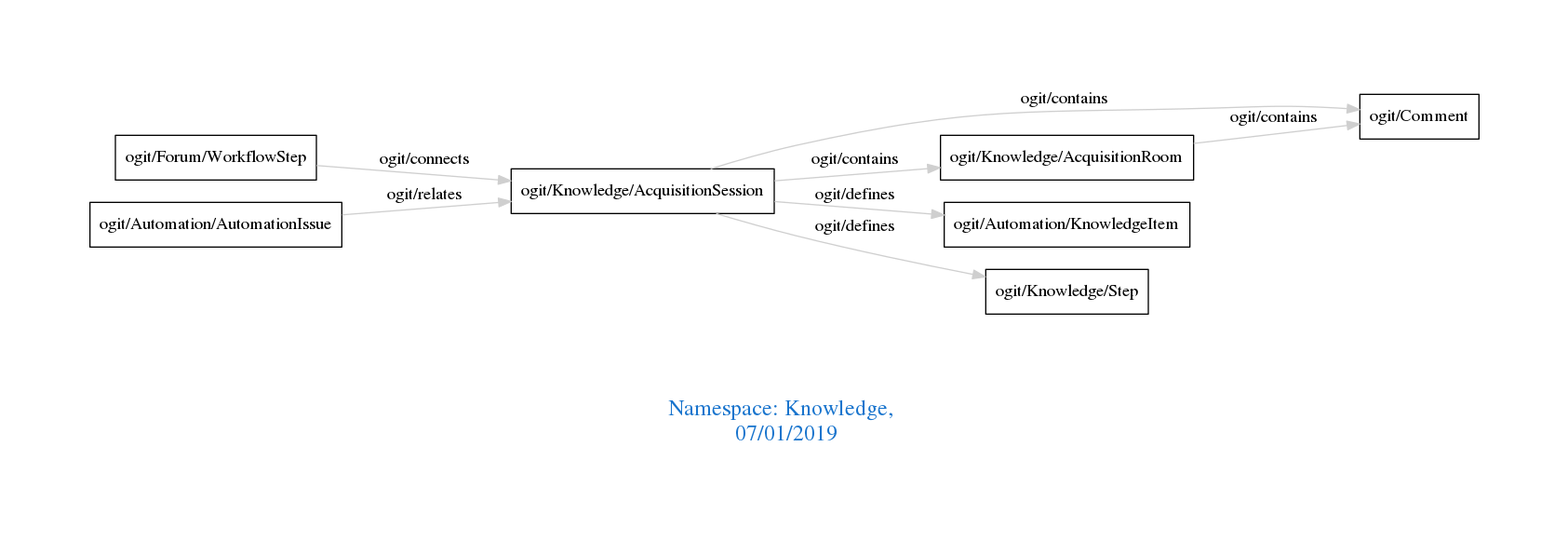
arago/OGIT keeps this Graphviz diagram as downloads/Knowledge.png. Above is the earlier version. Its source is kept beside it as downloads/Knowledge.dot.
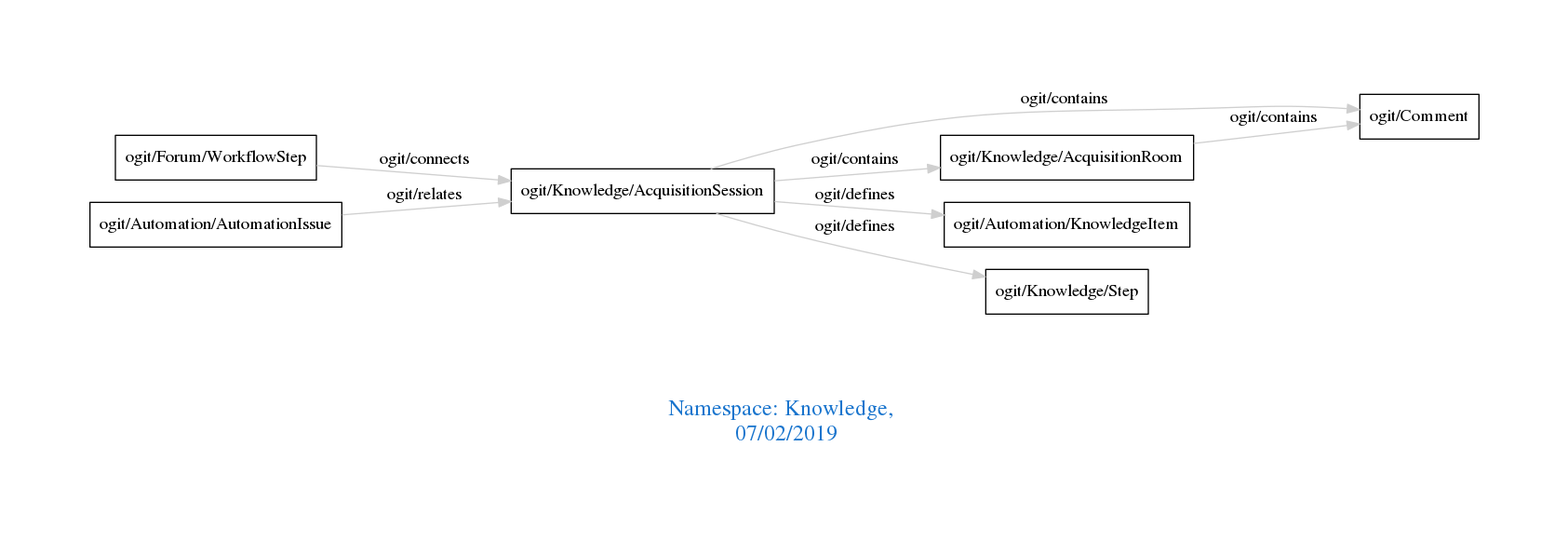
After the commit.

Change to the diagram source:
```diff
@@ -1,7 +1,7 @@
 digraph OGIT_ontology {
  graph [ rankdir= LR,pad=1
 fontsize = 18,
-fontcolor= dodgerblue3,label = "\n\n\nNamespace: Knowledge, \n 07/01/2019"];
+fontcolor= dodgerblue3,label = "\n\n\nNamespace: Knowledge, \n 07/02/2019"];
 node[shape=polygon];
 edge [  color="gray81"];
 
```
